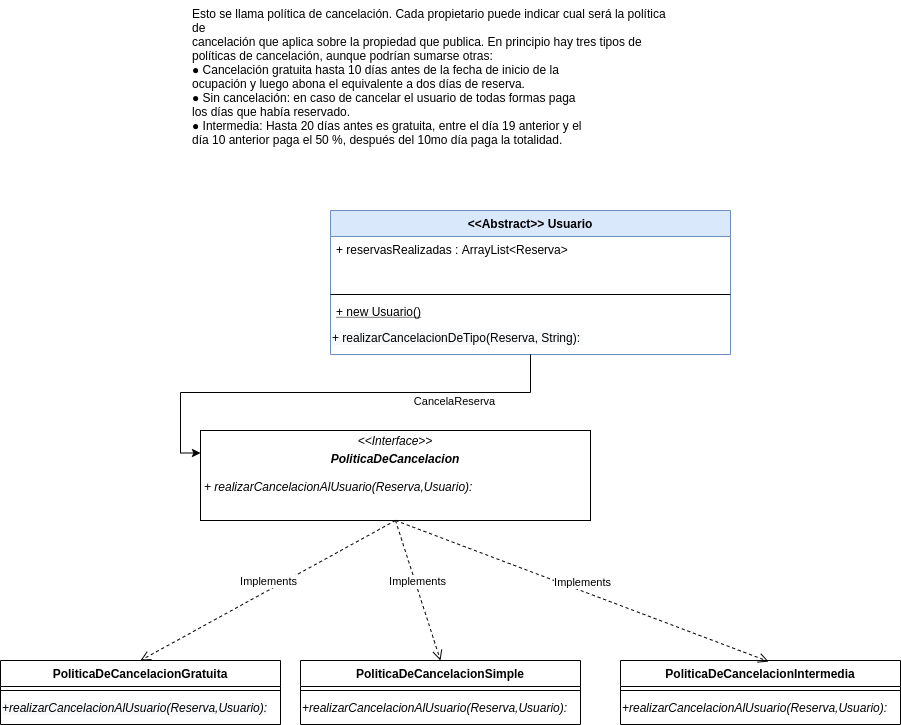
rodrigo-caceres-jaramillo/unqui-po2-tpfinal keeps this draw.io diagram as Documentacion/casoCancelacionIPoliticasDeCancelacion.png. Above is the earlier version. Source tidied: cells renumbered, new cells last; positions are measured from the earlier drawing's top-left corner, leaving out a move shared by most shapes.
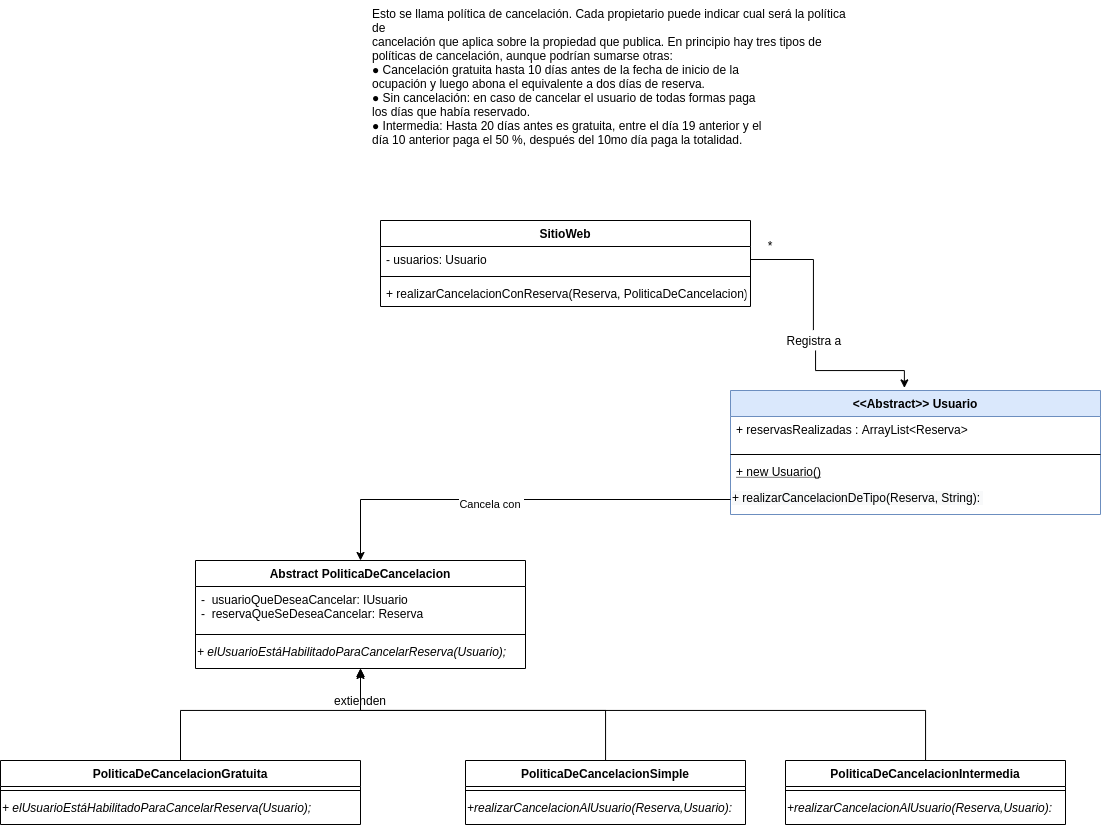
After the change.

Commit message:
Actualizacion de caso notificacionesPatronObservable

Diff of the diagram source:
```diff
@@ -6,40 +6,47 @@
       <mxGeometry x="190" width="480" height="160" as="geometry" />
     </mxCell>
     <mxCell id="3" value="&lt;&lt;Abstract&gt;&gt; Usuario" style="swimlane;fontStyle=1;align=center;verticalAlign=top;horizontal=1;startSize=26;fillColor=#dae8fc;strokeColor=#6c8ebf;" parent="1" vertex="1">
-      <mxGeometry x="330" y="210" width="400" height="144" as="geometry" />
+      <mxGeometry x="550" y="390" width="370" height="124" as="geometry" />
     </mxCell>
     <mxCell id="4" value="+ reservasRealizadas : ArrayList&lt;Reserva&gt;" style="text;strokeColor=none;fillColor=none;align=left;verticalAlign=top;spacingLeft=4;spacingRight=4;overflow=hidden;" parent="3" vertex="1">
-      <mxGeometry y="26" width="400" height="54" as="geometry" />
+      <mxGeometry y="26" width="370" height="34" as="geometry" />
     </mxCell>
     <mxCell id="5" style="line;strokeWidth=1;fillColor=none;align=left;verticalAlign=middle;spacingTop=-1;spacingLeft=3;spacingRight=3;labelPosition=right;" parent="3" vertex="1">
-      <mxGeometry y="80" width="400" height="8" as="geometry" />
+      <mxGeometry y="60" width="370" height="8" as="geometry" />
     </mxCell>
     <mxCell id="6" value="+ new Usuario()" style="text;strokeColor=none;fillColor=none;align=left;verticalAlign=top;spacingLeft=4;spacingRight=4;overflow=hidden;fontStyle=4;" parent="3" vertex="1">
-      <mxGeometry y="88" width="400" height="26" as="geometry" />
+      <mxGeometry y="68" width="370" height="26" as="geometry" />
     </mxCell>
     <mxCell id="7" value="&lt;meta charset=&quot;utf-8&quot;&gt;&lt;span style=&quot;color: rgb(0, 0, 0); font-family: helvetica; font-size: 12px; font-style: normal; font-weight: 400; letter-spacing: normal; text-align: left; text-indent: 0px; text-transform: none; word-spacing: 0px; background-color: rgb(248, 249, 250); display: inline; float: none;&quot;&gt;+ realizarCancelacionDeTipo(Reserva, String):&amp;nbsp;&lt;/span&gt;&lt;br style=&quot;padding: 0px; margin: 0px; color: rgb(0, 0, 0); font-family: helvetica; font-size: 12px; font-style: normal; font-weight: 400; letter-spacing: normal; text-align: left; text-indent: 0px; text-transform: none; word-spacing: 0px; background-color: rgb(248, 249, 250);&quot;&gt;" style="text;whiteSpace=wrap;html=1;" parent="3" vertex="1">
-      <mxGeometry y="114" width="400" height="30" as="geometry" />
+      <mxGeometry y="94" width="370" height="30" as="geometry" />
     </mxCell>
-    <mxCell id="8" value="&lt;p style=&quot;margin: 0px ; margin-top: 4px ; text-align: center&quot;&gt;&lt;i&gt;&amp;lt;&amp;lt;Interface&amp;gt;&amp;gt;&lt;/i&gt;&lt;/p&gt;&lt;p style=&quot;margin: 0px ; margin-top: 4px ; text-align: center&quot;&gt;&lt;i&gt;&lt;b&gt;PoliticaDeCancelacion&lt;/b&gt;&lt;/i&gt;&lt;br&gt;&lt;/p&gt;&lt;p style=&quot;margin: 0px ; margin-left: 4px&quot;&gt;&lt;span&gt;&lt;br&gt;&lt;/span&gt;&lt;/p&gt;&lt;p style=&quot;margin: 0px ; margin-left: 4px&quot;&gt;&lt;span&gt;&lt;i&gt;+ realizarCancelacionAlUsuario(Reserva,Usuario):&lt;/i&gt;&lt;/span&gt;&lt;/p&gt;" style="verticalAlign=top;align=left;overflow=fill;fontSize=12;fontFamily=Helvetica;html=1;" parent="1" vertex="1">
-      <mxGeometry x="200" y="430" width="390" height="90" as="geometry" />
-    </mxCell>
-    <mxCell id="9" style="edgeStyle=orthogonalEdgeStyle;rounded=0;jettySize=auto;html=1;entryX=0;entryY=0.25;entryDx=0;entryDy=0;" parent="1" edge="1" source="7" target="8">
-      <mxGeometry relative="1" as="geometry" />
-    </mxCell>
-    <mxCell id="10" value="CancelaReserva" style="edgeLabel;html=1;align=center;verticalAlign=middle;" parent="9" vertex="1">
-      <mxGeometry x="-0.51" y="8" relative="1" as="geometry" />
-    </mxCell>
+    <mxCell id="23" style="edgeStyle=orthogonalEdgeStyle;rounded=0;jettySize=auto;html=1;entryX=0.5;entryY=1;entryDx=0;entryDy=0;" parent="1" edge="1" source="11" target="34">
+      <mxGeometry relative="1" as="geometry">
+        <Array as="points">
+          <mxPoint y="710" />
+          <mxPoint x="180" y="710" />
+        </Array>
+      </mxGeometry>
+    </mxCell>
     <mxCell id="11" value="PoliticaDeCancelacionGratuita" style="swimlane;fontStyle=1;align=center;verticalAlign=top;horizontal=1;startSize=26;" parent="1" vertex="1">
-      <mxGeometry y="660" width="280" height="64" as="geometry" />
+      <mxGeometry x="-180" y="760" width="360" height="64" as="geometry" />
     </mxCell>
     <mxCell id="12" style="line;strokeWidth=1;fillColor=none;align=left;verticalAlign=middle;spacingTop=-1;spacingLeft=3;spacingRight=3;labelPosition=right;" parent="11" vertex="1">
-      <mxGeometry y="26" width="280" height="8" as="geometry" />
+      <mxGeometry y="26" width="360" height="8" as="geometry" />
     </mxCell>
-    <mxCell id="13" value="&lt;i style=&quot;color: rgb(0 , 0 , 0) ; font-family: &amp;#34;helvetica&amp;#34; ; font-size: 12px ; font-weight: 400 ; letter-spacing: normal ; text-align: left ; text-indent: 0px ; text-transform: none ; word-spacing: 0px ; background-color: rgb(248 , 249 , 250)&quot;&gt;+realizarCancelacionAlUsuario(Reserva,Usuario):&lt;/i&gt;" style="text;whiteSpace=wrap;html=1;" parent="11" vertex="1">
-      <mxGeometry y="34" width="280" height="30" as="geometry" />
-    </mxCell>
+    <mxCell id="24" value="&lt;font face=&quot;helvetica&quot;&gt;&lt;i&gt;+ elUsuarioEstáHabilitadoParaCancelarReserva(Usuario);&lt;/i&gt;&lt;/font&gt;" style="text;whiteSpace=wrap;html=1;" parent="11" vertex="1">
+      <mxGeometry y="34" width="360" height="30" as="geometry" />
+    </mxCell>
+    <mxCell id="25" style="edgeStyle=orthogonalEdgeStyle;rounded=0;jettySize=auto;html=1;entryX=0.5;entryY=1;entryDx=0;entryDy=0;" parent="1" edge="1" source="14" target="34">
+      <mxGeometry relative="1" as="geometry">
+        <Array as="points">
+          <mxPoint x="425" y="710" />
+          <mxPoint x="180" y="710" />
+        </Array>
+      </mxGeometry>
+    </mxCell>
     <mxCell id="14" value="PoliticaDeCancelacionSimple" style="swimlane;fontStyle=1;align=center;verticalAlign=top;horizontal=1;startSize=26;" parent="1" vertex="1">
-      <mxGeometry x="300" y="660" width="280" height="64" as="geometry" />
+      <mxGeometry x="285" y="760" width="280" height="64" as="geometry" />
     </mxCell>
     <mxCell id="15" style="line;strokeWidth=1;fillColor=none;align=left;verticalAlign=middle;spacingTop=-1;spacingLeft=3;spacingRight=3;labelPosition=right;" parent="14" vertex="1">
       <mxGeometry y="26" width="280" height="8" as="geometry" />
@@ -47,8 +54,17 @@
     <mxCell id="16" value="&lt;i style=&quot;font-family: &amp;#34;helvetica&amp;#34;&quot;&gt;+realizarCancelacionAlUsuario(Reserva,Usuario):&lt;/i&gt;" style="text;whiteSpace=wrap;html=1;" parent="14" vertex="1">
       <mxGeometry y="34" width="280" height="30" as="geometry" />
     </mxCell>
+    <mxCell id="26" style="edgeStyle=orthogonalEdgeStyle;rounded=0;jettySize=auto;html=1;" parent="1" edge="1" source="17">
+      <mxGeometry relative="1" as="geometry">
+        <mxPoint x="180" y="670" as="targetPoint" />
+        <Array as="points">
+          <mxPoint x="745" y="710" />
+          <mxPoint x="180" y="710" />
+        </Array>
+      </mxGeometry>
+    </mxCell>
     <mxCell id="17" value="PoliticaDeCancelacionIntermedia" style="swimlane;fontStyle=1;align=center;verticalAlign=top;horizontal=1;startSize=26;" parent="1" vertex="1">
-      <mxGeometry x="620" y="660" width="280" height="64" as="geometry" />
+      <mxGeometry x="605" y="760" width="280" height="64" as="geometry" />
     </mxCell>
     <mxCell id="18" style="line;strokeWidth=1;fillColor=none;align=left;verticalAlign=middle;spacingTop=-1;spacingLeft=3;spacingRight=3;labelPosition=right;" parent="17" vertex="1">
       <mxGeometry y="26" width="280" height="8" as="geometry" />
@@ -56,14 +72,50 @@
     <mxCell id="19" value="&lt;i style=&quot;font-family: &amp;#34;helvetica&amp;#34;&quot;&gt;+realizarCancelacionAlUsuario(Reserva,Usuario):&lt;/i&gt;" style="text;whiteSpace=wrap;html=1;" parent="17" vertex="1">
       <mxGeometry y="34" width="280" height="30" as="geometry" />
     </mxCell>
-    <mxCell id="20" value="Implements" style="html=1;verticalAlign=bottom;endArrow=open;dashed=1;endSize=8;exitX=0.5;exitY=1;exitDx=0;exitDy=0;entryX=0.5;entryY=0;entryDx=0;entryDy=0;" parent="1" edge="1" source="8" target="11">
-      <mxGeometry relative="1" as="geometry" />
-    </mxCell>
-    <mxCell id="21" value="Implements" style="html=1;verticalAlign=bottom;endArrow=open;dashed=1;endSize=8;entryX=0.5;entryY=0;entryDx=0;entryDy=0;exitX=0.5;exitY=1;exitDx=0;exitDy=0;" parent="1" edge="1" source="8" target="14">
-      <mxGeometry relative="1" as="geometry" />
-    </mxCell>
-    <mxCell id="22" value="Implements" style="html=1;verticalAlign=bottom;endArrow=open;dashed=1;endSize=8;entryX=0.529;entryY=0.016;entryDx=0;entryDy=0;exitX=0.5;exitY=1;exitDx=0;exitDy=0;entryPerimeter=0;" parent="1" edge="1" source="8" target="17">
-      <mxGeometry relative="1" as="geometry" />
-    </mxCell>
+    <mxCell id="27" value="SitioWeb" style="swimlane;fontStyle=1;align=center;verticalAlign=top;horizontal=1;startSize=26;" parent="1" vertex="1">
+      <mxGeometry x="200" y="220" width="370" height="86" as="geometry" />
+    </mxCell>
+    <mxCell id="28" value="- usuarios: Usuario" style="text;strokeColor=none;fillColor=none;align=left;verticalAlign=top;spacingLeft=4;spacingRight=4;overflow=hidden;points=[[0,0.5],[1,0.5]];portConstraint=eastwest;" parent="27" vertex="1">
+      <mxGeometry y="26" width="370" height="26" as="geometry" />
+    </mxCell>
+    <mxCell id="29" style="line;strokeWidth=1;fillColor=none;align=left;verticalAlign=middle;spacingTop=-1;spacingLeft=3;spacingRight=3;labelPosition=right;" parent="27" vertex="1">
+      <mxGeometry y="52" width="370" height="8" as="geometry" />
+    </mxCell>
+    <mxCell id="30" value="+ realizarCancelacionConReserva(Reserva, PoliticaDeCancelacion);" style="text;strokeColor=none;fillColor=none;align=left;verticalAlign=top;spacingLeft=4;spacingRight=4;overflow=hidden;" parent="27" vertex="1">
+      <mxGeometry y="60" width="370" height="26" as="geometry" />
+    </mxCell>
+    <mxCell id="31" value="Abstract PoliticaDeCancelacion" style="swimlane;fontStyle=1;align=center;verticalAlign=top;horizontal=1;startSize=26;" parent="1" vertex="1">
+      <mxGeometry x="15" y="560" width="330" height="108" as="geometry" />
+    </mxCell>
+    <mxCell id="32" value="-  usuarioQueDeseaCancelar: IUsuario&#10;-  reservaQueSeDeseaCancelar: Reserva" style="text;strokeColor=none;fillColor=none;align=left;verticalAlign=top;spacingLeft=4;spacingRight=4;overflow=hidden;" parent="31" vertex="1">
+      <mxGeometry y="26" width="330" height="44" as="geometry" />
+    </mxCell>
+    <mxCell id="33" style="line;strokeWidth=1;fillColor=none;align=left;verticalAlign=middle;spacingTop=-1;spacingLeft=3;spacingRight=3;labelPosition=right;" parent="31" vertex="1">
+      <mxGeometry y="70" width="330" height="8" as="geometry" />
+    </mxCell>
+    <mxCell id="34" value="&lt;font face=&quot;helvetica&quot;&gt;&lt;i&gt;+ elUsuarioEstáHabilitadoParaCancelarReserva(Usuario);&lt;/i&gt;&lt;/font&gt;" style="text;whiteSpace=wrap;html=1;" parent="31" vertex="1">
+      <mxGeometry y="78" width="330" height="30" as="geometry" />
+    </mxCell>
+    <mxCell id="35" style="edgeStyle=orthogonalEdgeStyle;rounded=0;jettySize=auto;html=1;entryX=0.47;entryY=-0.021;entryDx=0;entryDy=0;entryPerimeter=0;startArrow=none;" parent="1" edge="1" source="36" target="3">
+      <mxGeometry relative="1" as="geometry" />
+    </mxCell>
+    <mxCell id="36" value="Registra a&amp;nbsp;" style="text;html=1;align=center;verticalAlign=middle;points=[];fillColor=none;strokeColor=none;rounded=0;" parent="1" vertex="1">
+      <mxGeometry x="600" y="330" width="70" height="20" as="geometry" />
+    </mxCell>
+    <mxCell id="37" style="edgeStyle=orthogonalEdgeStyle;rounded=0;jettySize=auto;html=1;entryX=0.47;entryY=-0.021;entryDx=0;entryDy=0;entryPerimeter=0;endArrow=none;" parent="1" edge="1" source="28" target="36">
+      <mxGeometry relative="1" as="geometry" />
+    </mxCell>
+    <mxCell id="38" value="*" style="text;html=1;strokeColor=none;fillColor=none;align=center;verticalAlign=middle;whiteSpace=wrap;rounded=0;" parent="1" vertex="1">
+      <mxGeometry x="550" y="230" width="80" height="30" as="geometry" />
+    </mxCell>
+    <mxCell id="39" style="edgeStyle=orthogonalEdgeStyle;rounded=0;jettySize=auto;html=1;entryX=0.5;entryY=0;entryDx=0;entryDy=0;" parent="1" edge="1" source="7" target="31">
+      <mxGeometry relative="1" as="geometry" />
+    </mxCell>
+    <mxCell id="40" value="Cancela con&amp;nbsp;" style="edgeLabel;html=1;align=center;verticalAlign=middle;" parent="39" vertex="1">
+      <mxGeometry x="0.11" y="4" relative="1" as="geometry" />
+    </mxCell>
+    <mxCell id="41" value="extienden" style="text;html=1;strokeColor=none;fillColor=none;align=center;verticalAlign=middle;whiteSpace=wrap;rounded=0;" parent="1" vertex="1">
+      <mxGeometry x="160" y="690" width="40" height="20" as="geometry" />
+    </mxCell>
   </root>
 </mxGraphModel>
```
